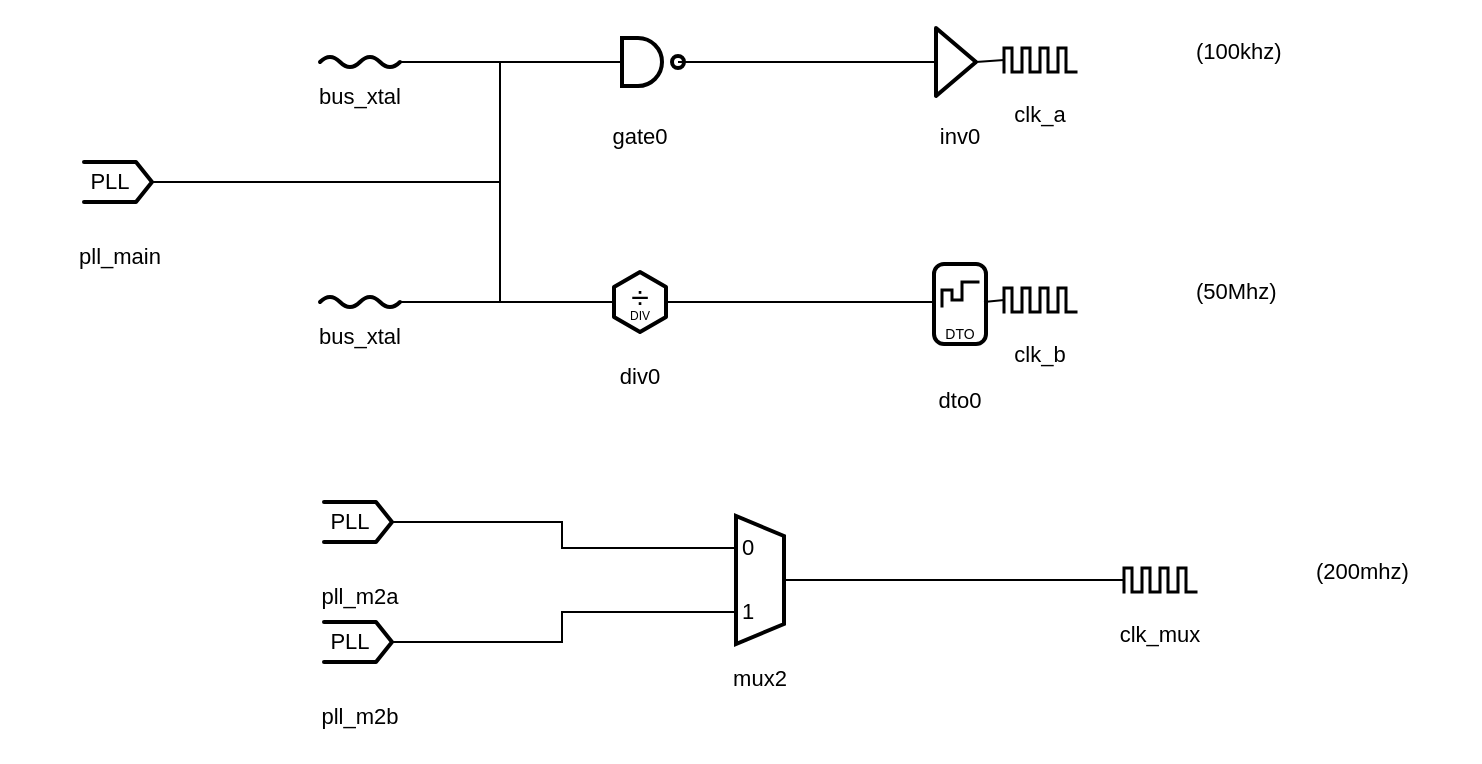
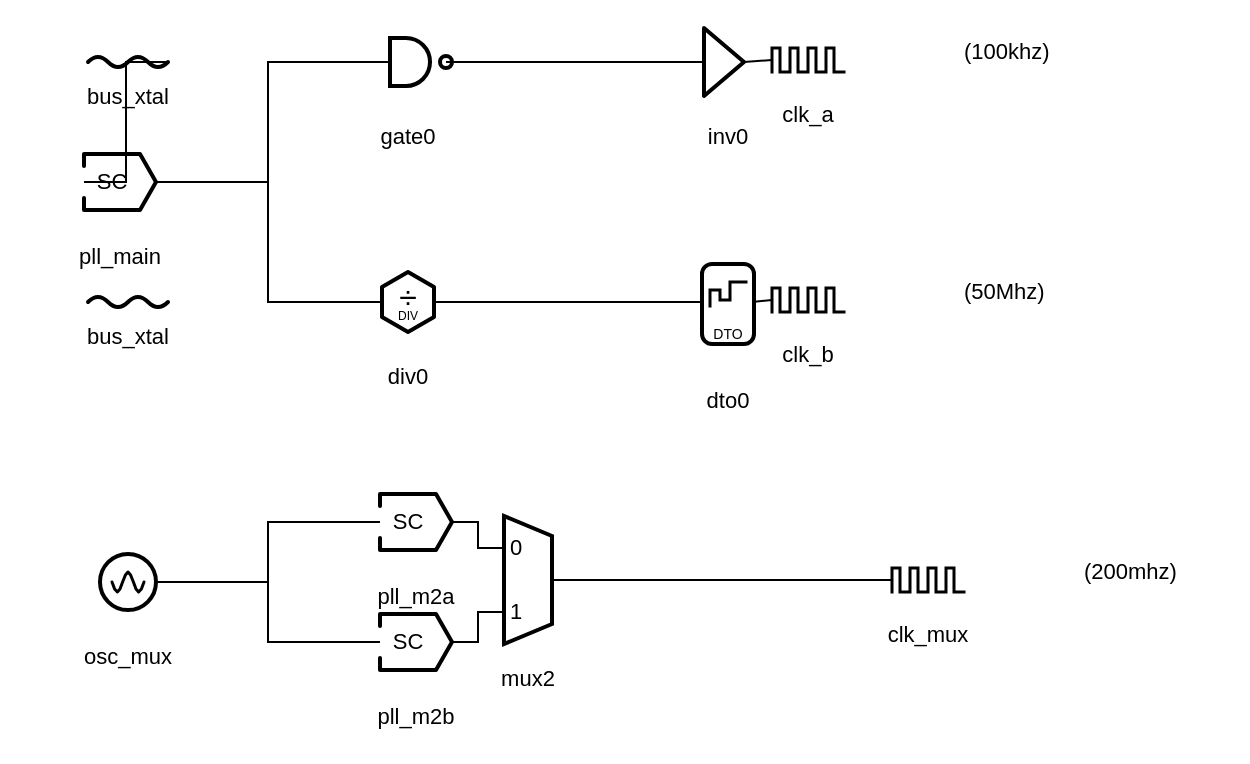
<mxfile>
  <diagram id="fig2" name="fig2"><mxGraphModel>
      <root>
        <mxCell id="0"/>
        <mxCell id="1" parent="0"/>
        <object name="bus_xtal" label="&lt;div style=&quot;position:relative;box-sizing:border-box;margin:0;padding:0;display:block;width:100%;height:100%;overflow:visible;white-space:nowrap;font-family:Helvetica,Arial,sans-serif;&quot;&gt;&lt;div style=&quot;position:absolute;left:0;top:0;width:100%;height:100%;&quot;&gt;&lt;svg xmlns=&quot;http://www.w3.org/2000/svg&quot; width=&quot;100%&quot; height=&quot;100%&quot; viewBox=&quot;0 0 120 40&quot; preserveAspectRatio=&quot;none&quot; style=&quot;display:block;overflow:visible;&quot;&gt;&lt;path d=&quot;M 40 14 Q 45 9 50 14 T 60 14 T 70 14 T 80 14&quot; fill=&quot;none&quot; stroke=&quot;#000000&quot; stroke-width=&quot;2&quot; stroke-linecap=&quot;round&quot; stroke-linejoin=&quot;round&quot;/&gt;&lt;/svg&gt;&lt;/div&gt;&lt;div style=&quot;position:absolute;left:50%;top:55.00000000000001%;transform:translateX(-50%);text-align:center;font-size:11px;line-height:1;white-space:nowrap;padding-top:4px;&quot;&gt;bus_xtal&lt;/div&gt;&lt;/div&gt;" placeholders="0" id="10">
          <mxCell style="rounded=0;whiteSpace=nowrap;html=1;metaEdit=1;placeholders=1;overflow=fill;autosize=0;fillColor=none;strokeColor=none;spacingTop=0;spacingBottom=0;spacingLeft=0;spacingRight=0;align=left;verticalAlign=top;drawclockType=wire;points=[[0.3333,0.3500,0,0,0],[0.6667,0.3500,0,0,0]];" vertex="1" parent="1">
            <mxGeometry x="40" y="66" width="120" height="40" as="geometry"/>
          </mxCell>
        </object>
        <object name="bus_xtal" label="&lt;div style=&quot;position:relative;box-sizing:border-box;margin:0;padding:0;display:block;width:100%;height:100%;overflow:visible;white-space:nowrap;font-family:Helvetica,Arial,sans-serif;&quot;&gt;&lt;div style=&quot;position:absolute;left:0;top:0;width:100%;height:100%;&quot;&gt;&lt;svg xmlns=&quot;http://www.w3.org/2000/svg&quot; width=&quot;100%&quot; height=&quot;100%&quot; viewBox=&quot;0 0 120 40&quot; preserveAspectRatio=&quot;none&quot; style=&quot;display:block;overflow:visible;&quot;&gt;&lt;path d=&quot;M 40 14 Q 45 9 50 14 T 60 14 T 70 14 T 80 14&quot; fill=&quot;none&quot; stroke=&quot;#000000&quot; stroke-width=&quot;2&quot; stroke-linecap=&quot;round&quot; stroke-linejoin=&quot;round&quot;/&gt;&lt;/svg&gt;&lt;/div&gt;&lt;div style=&quot;position:absolute;left:50%;top:55.00000000000001%;transform:translateX(-50%);text-align:center;font-size:11px;line-height:1;white-space:nowrap;padding-top:4px;&quot;&gt;bus_xtal&lt;/div&gt;&lt;/div&gt;" placeholders="0" id="11">
          <mxCell style="rounded=0;whiteSpace=nowrap;html=1;metaEdit=1;placeholders=1;overflow=fill;autosize=0;fillColor=none;strokeColor=none;spacingTop=0;spacingBottom=0;spacingLeft=0;spacingRight=0;align=left;verticalAlign=top;drawclockType=wire;points=[[0.3333,0.3500,0,0,0],[0.6667,0.3500,0,0,0]];" vertex="1" parent="1">
            <mxGeometry x="40" y="186" width="120" height="40" as="geometry"/>
          </mxCell>
        </object>
        <object name="gate0" label="&lt;div style=&quot;position:relative;box-sizing:border-box;margin:0;padding:0;display:block;width:100%;height:100%;overflow:visible;white-space:nowrap;font-family:Helvetica,Arial,sans-serif;&quot;&gt;&lt;div style=&quot;position:absolute;left:0;top:0;width:100%;height:100%;&quot;&gt;&lt;svg xmlns=&quot;http://www.w3.org/2000/svg&quot; width=&quot;100%&quot; height=&quot;100%&quot; viewBox=&quot;0 0 120 90&quot; preserveAspectRatio=&quot;none&quot; style=&quot;display:block;overflow:visible;&quot;&gt;&lt;path d=&quot;M 51 18 L 59 18 A 12 12 0 1 1 59 42 L 51 42 Z&quot; fill=&quot;none&quot; stroke=&quot;#000000&quot; stroke-width=&quot;2&quot; stroke-linejoin=&quot;miter&quot;/&gt;&lt;circle cx=&quot;79&quot; cy=&quot;30&quot; r=&quot;3&quot; fill=&quot;#ffffff&quot; stroke=&quot;#000000&quot; stroke-width=&quot;2&quot;/&gt;&lt;/svg&gt;&lt;/div&gt;&lt;div style=&quot;position:absolute;left:50%;top:64.44444444444444%;transform:translateX(-50%);text-align:center;font-size:11px;line-height:1;white-space:nowrap;padding-top:4px;&quot;&gt;gate0&lt;/div&gt;&lt;/div&gt;" placeholders="0" id="12">
          <mxCell style="rounded=0;whiteSpace=nowrap;html=1;metaEdit=1;placeholders=1;overflow=fill;autosize=0;fillColor=none;strokeColor=none;spacingTop=0;spacingBottom=0;spacingLeft=0;spacingRight=0;align=left;verticalAlign=top;drawclockType=gate;points=[[0.4250,0.3333,0,0,0],[0.6583,0.3333,0,0,0]];" vertex="1" parent="1">
            <mxGeometry x="180" y="50" width="120" height="90" as="geometry"/>
          </mxCell>
        </object>
        <object name="div0" label="&lt;div style=&quot;position:relative;box-sizing:border-box;margin:0;padding:0;display:block;width:100%;height:100%;overflow:visible;white-space:nowrap;font-family:Helvetica,Arial,sans-serif;&quot;&gt;&lt;div style=&quot;position:absolute;left:0;top:0;width:100%;height:100%;&quot;&gt;&lt;svg xmlns=&quot;http://www.w3.org/2000/svg&quot; width=&quot;100%&quot; height=&quot;100%&quot; viewBox=&quot;0 0 120 90&quot; preserveAspectRatio=&quot;none&quot; style=&quot;display:block;overflow:visible;&quot;&gt;&lt;polygon points=&quot;73.0,37.5 60.0,45.0 47.0,37.5 47.0,22.5 60.0,15.0 73.0,22.5&quot; fill=&quot;none&quot; stroke=&quot;#000000&quot; stroke-width=&quot;2&quot; stroke-linejoin=&quot;round&quot;/&gt;&lt;/svg&gt;&lt;span style=&quot;position:absolute;left:50.0%;top:31.11111111111111%;font-size:16px;line-height:1;white-space:nowrap;transform:translate(-50%,-50%);&quot;&gt;÷&lt;/span&gt;&lt;span style=&quot;position:absolute;left:50.0%;top:41.11111111111111%;font-size:6px;line-height:1;white-space:nowrap;transform:translate(-50%,-50%);&quot;&gt;DIV&lt;/span&gt;&lt;/div&gt;&lt;div style=&quot;position:absolute;left:50%;top:64.44444444444444%;transform:translateX(-50%);text-align:center;font-size:11px;line-height:1;white-space:nowrap;padding-top:4px;&quot;&gt;div0&lt;/div&gt;&lt;/div&gt;" placeholders="0" id="13">
          <mxCell style="rounded=0;whiteSpace=nowrap;html=1;metaEdit=1;placeholders=1;overflow=fill;autosize=0;fillColor=none;strokeColor=none;spacingTop=0;spacingBottom=0;spacingLeft=0;spacingRight=0;align=left;verticalAlign=top;drawclockType=div;points=[[0.4000,0.3333,0,0,0],[0.6000,0.3333,0,0,0]];" vertex="1" parent="1">
            <mxGeometry x="180" y="170" width="120" height="90" as="geometry"/>
          </mxCell>
        </object>
-         <object name="pll_main" label="&lt;div style=&quot;position:relative;box-sizing:border-box;margin:0;padding:0;display:block;width:100%;height:100%;overflow:visible;white-space:nowrap;font-family:Helvetica,Arial,sans-serif;&quot;&gt;&lt;div style=&quot;position:absolute;left:0;top:0;width:100%;height:100%;&quot;&gt;&lt;svg xmlns=&quot;http://www.w3.org/2000/svg&quot; width=&quot;100%&quot; height=&quot;100%&quot; viewBox=&quot;0 0 120 90&quot; preserveAspectRatio=&quot;none&quot; style=&quot;display:block;overflow:visible;&quot;&gt;&lt;path d=&quot;M 42 20 L 68 20 L 76 30 L 68 40 L 42 40&quot; fill=&quot;none&quot; stroke=&quot;#000000&quot; stroke-width=&quot;2&quot; stroke-linejoin=&quot;round&quot; stroke-linecap=&quot;round&quot;/&gt;&lt;/svg&gt;&lt;span style=&quot;position:absolute;left:45.83333333333333%;top:33.33333333333333%;font-size:11px;line-height:1;white-space:nowrap;transform:translate(-50%,-50%);&quot;&gt;PLL&lt;/span&gt;&lt;/div&gt;&lt;div style=&quot;position:absolute;left:50%;top:64.44444444444444%;transform:translateX(-50%);text-align:center;font-size:11px;line-height:1;white-space:nowrap;padding-top:4px;&quot;&gt;pll_main&lt;/div&gt;&lt;/div&gt;" placeholders="0" id="14">
-           <mxCell style="rounded=0;whiteSpace=nowrap;html=1;metaEdit=1;placeholders=1;overflow=fill;autosize=0;fillColor=none;strokeColor=none;spacingTop=0;spacingBottom=0;spacingLeft=0;spacingRight=0;align=left;verticalAlign=top;drawclockType=pll;points=[[0.6333,0.3333,0,0,0]];" vertex="1" parent="1">
-             <mxGeometry x="-80" y="110" width="120" height="90" as="geometry"/>
+         <object name="pll_main" label="&lt;div style=&quot;position:relative;box-sizing:border-box;margin:0;padding:0;display:block;width:100%;height:100%;overflow:visible;white-space:nowrap;font-family:Helvetica,Arial,sans-serif;&quot;&gt;&lt;div style=&quot;position:absolute;left:0;top:0;width:100%;height:100%;&quot;&gt;&lt;svg xmlns=&quot;http://www.w3.org/2000/svg&quot; width=&quot;100%&quot; height=&quot;100%&quot; viewBox=&quot;0 0 120 90&quot; preserveAspectRatio=&quot;none&quot; style=&quot;display:block;overflow:visible;&quot;&gt;&lt;path d=&quot;M 42 16 L 70 16 L 78 30 L 70 44 L 42 44 L 42 38 M 42 22 L 42 16&quot; fill=&quot;none&quot; stroke=&quot;#000000&quot; stroke-width=&quot;2&quot; stroke-linejoin=&quot;round&quot; stroke-linecap=&quot;round&quot;/&gt;&lt;/svg&gt;&lt;span style=&quot;position:absolute;left:46.666666666666664%;top:33.33333333333333%;font-size:11px;line-height:1;white-space:nowrap;transform:translate(-50%,-50%);&quot;&gt;SC&lt;/span&gt;&lt;/div&gt;&lt;div style=&quot;position:absolute;left:50%;top:64.44444444444444%;transform:translateX(-50%);text-align:center;font-size:11px;line-height:1;white-space:nowrap;padding-top:4px;&quot;&gt;pll_main&lt;/div&gt;&lt;/div&gt;" placeholders="0" id="14">
+           <mxCell style="rounded=0;whiteSpace=nowrap;html=1;metaEdit=1;placeholders=1;overflow=fill;autosize=0;fillColor=none;strokeColor=none;spacingTop=0;spacingBottom=0;spacingLeft=0;spacingRight=0;align=left;verticalAlign=top;drawclockType=pll;points=[[0.3500,0.3333,0,0,0],[0.6500,0.3333,0,0,0]];" vertex="1" parent="1">
+             <mxGeometry x="36" y="110" width="120" height="90" as="geometry"/>
          </mxCell>
        </object>
        <object name="inv0" label="&lt;div style=&quot;position:relative;box-sizing:border-box;margin:0;padding:0;display:block;width:100%;height:100%;overflow:visible;white-space:nowrap;font-family:Helvetica,Arial,sans-serif;&quot;&gt;&lt;div style=&quot;position:absolute;left:0;top:0;width:100%;height:100%;&quot;&gt;&lt;svg xmlns=&quot;http://www.w3.org/2000/svg&quot; width=&quot;100%&quot; height=&quot;100%&quot; viewBox=&quot;0 0 120 90&quot; preserveAspectRatio=&quot;none&quot; style=&quot;display:block;overflow:visible;&quot;&gt;&lt;polygon points=&quot;48,30 48,13 68,30 48,47&quot; fill=&quot;none&quot; stroke=&quot;#000000&quot; stroke-width=&quot;2&quot; stroke-linejoin=&quot;round&quot;/&gt;&lt;/svg&gt;&lt;/div&gt;&lt;div style=&quot;position:absolute;left:50%;top:64.44444444444444%;transform:translateX(-50%);text-align:center;font-size:11px;line-height:1;white-space:nowrap;padding-top:4px;&quot;&gt;inv0&lt;/div&gt;&lt;/div&gt;" placeholders="0" id="15">
          <mxCell style="rounded=0;whiteSpace=nowrap;html=1;metaEdit=1;placeholders=1;overflow=fill;autosize=0;fillColor=none;strokeColor=none;spacingTop=0;spacingBottom=0;spacingLeft=0;spacingRight=0;align=left;verticalAlign=top;drawclockType=inv;points=[[0.4000,0.3333,0,0,0],[0.5667,0.3333,0,0,0]];" vertex="1" parent="1">
            <mxGeometry x="340" y="50" width="120" height="90" as="geometry"/>
          </mxCell>
        </object>
        <object name="dto0" label="&lt;div style=&quot;position:relative;box-sizing:border-box;margin:0;padding:0;display:block;width:100%;height:100%;overflow:visible;white-space:nowrap;font-family:Helvetica,Arial,sans-serif;&quot;&gt;&lt;div style=&quot;position:absolute;left:0;top:0;width:100%;height:100%;&quot;&gt;&lt;svg xmlns=&quot;http://www.w3.org/2000/svg&quot; width=&quot;100%&quot; height=&quot;100%&quot; viewBox=&quot;0 0 120 90&quot; preserveAspectRatio=&quot;none&quot; style=&quot;display:block;overflow:visible;&quot;&gt;&lt;rect x=&quot;47&quot; y=&quot;11&quot; width=&quot;26&quot; height=&quot;40&quot; rx=&quot;5&quot; ry=&quot;5&quot; fill=&quot;none&quot; stroke=&quot;#000000&quot; stroke-width=&quot;2&quot;/&gt;&lt;path d=&quot;M 51 32 L 51 24 L 56 24 L 56 29 L 61 29 L 61 20 L 69 20&quot; fill=&quot;none&quot; stroke=&quot;#000000&quot; stroke-width=&quot;1.5&quot; stroke-linecap=&quot;square&quot;/&gt;&lt;/svg&gt;&lt;span style=&quot;position:absolute;left:50.0%;top:51.11111111111111%;font-size:7px;line-height:1;white-space:nowrap;transform:translate(-50%,-50%);&quot;&gt;DTO&lt;/span&gt;&lt;/div&gt;&lt;div style=&quot;position:absolute;left:50%;top:64.44444444444444%;transform:translateX(-50%);text-align:center;font-size:11px;line-height:1;white-space:nowrap;padding-top:16px;&quot;&gt;dto0&lt;/div&gt;&lt;/div&gt;" placeholders="0" id="16">
          <mxCell style="rounded=0;whiteSpace=nowrap;html=1;metaEdit=1;placeholders=1;overflow=fill;autosize=0;fillColor=none;strokeColor=none;spacingTop=0;spacingBottom=0;spacingLeft=0;spacingRight=0;align=left;verticalAlign=top;drawclockType=dto;points=[[0.4000,0.3333,0,0,0],[0.6000,0.3333,0,0,0]];" vertex="1" parent="1">
            <mxGeometry x="340" y="170" width="120" height="90" as="geometry"/>
          </mxCell>
        </object>
        <object name="clk_a" label="&lt;div style=&quot;position:relative;box-sizing:border-box;margin:0;padding:0;display:block;width:100%;height:100%;overflow:visible;white-space:nowrap;font-family:Helvetica,Arial,sans-serif;&quot;&gt;&lt;div style=&quot;position:absolute;left:0;top:0;width:100%;height:100%;&quot;&gt;&lt;svg xmlns=&quot;http://www.w3.org/2000/svg&quot; width=&quot;100%&quot; height=&quot;100%&quot; viewBox=&quot;0 0 260 72&quot; preserveAspectRatio=&quot;none&quot; style=&quot;display:block;overflow:visible;&quot;&gt;&lt;path d=&quot;M 82 36 L 82 24 L 86 24 L 86 36 L 91 36 L 91 24 L 95 24 L 95 36 L 100 36 L 100 24 L 104 24 L 104 36 L 109 36 L 109 24 L 113 24 L 113 36 L 118 36&quot; fill=&quot;none&quot; stroke=&quot;#000000&quot; stroke-width=&quot;1.5&quot; stroke-linecap=&quot;square&quot; stroke-linejoin=&quot;miter&quot;/&gt;&lt;/svg&gt;&lt;/div&gt;&lt;div style=&quot;position:absolute;left:45.38461538461539%;top:36.11111111111111%;display:flex;align-items:center;white-space:nowrap;transform:translateY(-50%);&quot;&gt;&lt;div style=&quot;flex:0 0 auto;width:60px;&quot;&gt;&lt;/div&gt;&lt;span style=&quot;flex:0 0 auto;font-size:11px;line-height:1;white-space:nowrap;&quot;&gt;(100khz)&lt;/span&gt;&lt;/div&gt;&lt;div style=&quot;position:absolute;left:38.46153846153847%;top:50.0%;transform:translateX(-50%);text-align:center;font-size:11px;line-height:1;white-space:nowrap;padding-top:16px;&quot;&gt;clk_a&lt;/div&gt;&lt;/div&gt;" placeholders="0" id="17" freq="100k">
          <mxCell style="rounded=0;whiteSpace=nowrap;html=1;metaEdit=1;placeholders=1;overflow=fill;autosize=0;fillColor=none;strokeColor=none;spacingTop=0;spacingBottom=0;spacingLeft=0;spacingRight=0;align=left;verticalAlign=top;drawclockType=clock;points=[[0.3154,0.4167,0,0,0]];" vertex="1" parent="1">
            <mxGeometry x="340" y="49" width="260" height="72" as="geometry"/>
          </mxCell>
        </object>
        <object name="clk_b" label="&lt;div style=&quot;position:relative;box-sizing:border-box;margin:0;padding:0;display:block;width:100%;height:100%;overflow:visible;white-space:nowrap;font-family:Helvetica,Arial,sans-serif;&quot;&gt;&lt;div style=&quot;position:absolute;left:0;top:0;width:100%;height:100%;&quot;&gt;&lt;svg xmlns=&quot;http://www.w3.org/2000/svg&quot; width=&quot;100%&quot; height=&quot;100%&quot; viewBox=&quot;0 0 260 72&quot; preserveAspectRatio=&quot;none&quot; style=&quot;display:block;overflow:visible;&quot;&gt;&lt;path d=&quot;M 82 36 L 82 24 L 86 24 L 86 36 L 91 36 L 91 24 L 95 24 L 95 36 L 100 36 L 100 24 L 104 24 L 104 36 L 109 36 L 109 24 L 113 24 L 113 36 L 118 36&quot; fill=&quot;none&quot; stroke=&quot;#000000&quot; stroke-width=&quot;1.5&quot; stroke-linecap=&quot;square&quot; stroke-linejoin=&quot;miter&quot;/&gt;&lt;/svg&gt;&lt;/div&gt;&lt;div style=&quot;position:absolute;left:45.38461538461539%;top:36.11111111111111%;display:flex;align-items:center;white-space:nowrap;transform:translateY(-50%);&quot;&gt;&lt;div style=&quot;flex:0 0 auto;width:60px;&quot;&gt;&lt;/div&gt;&lt;span style=&quot;flex:0 0 auto;font-size:11px;line-height:1;white-space:nowrap;&quot;&gt;(50Mhz)&lt;/span&gt;&lt;/div&gt;&lt;div style=&quot;position:absolute;left:38.46153846153847%;top:50.0%;transform:translateX(-50%);text-align:center;font-size:11px;line-height:1;white-space:nowrap;padding-top:16px;&quot;&gt;clk_b&lt;/div&gt;&lt;/div&gt;" placeholders="0" id="18" freq="50M">
          <mxCell style="rounded=0;whiteSpace=nowrap;html=1;metaEdit=1;placeholders=1;overflow=fill;autosize=0;fillColor=none;strokeColor=none;spacingTop=0;spacingBottom=0;spacingLeft=0;spacingRight=0;align=left;verticalAlign=top;drawclockType=clock;points=[[0.3154,0.4167,0,0,0]];" vertex="1" parent="1">
            <mxGeometry x="340" y="169" width="260" height="72" as="geometry"/>
          </mxCell>
        </object>
        <object name="mux2" label="&lt;div style=&quot;position:relative;box-sizing:border-box;margin:0;padding:0;display:block;width:100%;height:100%;overflow:visible;white-space:nowrap;font-family:Helvetica,Arial,sans-serif;&quot;&gt;&lt;div style=&quot;position:absolute;left:0;top:0;width:100%;height:100%;&quot;&gt;&lt;svg xmlns=&quot;http://www.w3.org/2000/svg&quot; width=&quot;100%&quot; height=&quot;100%&quot; viewBox=&quot;0 0 120 106&quot; preserveAspectRatio=&quot;none&quot; style=&quot;display:block;overflow:visible;&quot;&gt;&lt;polygon points=&quot;48,6 48,70 72,60 72,16&quot; fill=&quot;none&quot; stroke=&quot;#000000&quot; stroke-width=&quot;2&quot;/&gt;&lt;/svg&gt;&lt;span style=&quot;position:absolute;left:45.0%;top:20.754716981132077%;font-size:11px;line-height:1;white-space:nowrap;transform:translate(-50%,-50%);&quot;&gt;0&lt;/span&gt;&lt;span style=&quot;position:absolute;left:45.0%;top:50.943396226415096%;font-size:11px;line-height:1;white-space:nowrap;transform:translate(-50%,-50%);&quot;&gt;1&lt;/span&gt;&lt;/div&gt;&lt;div style=&quot;position:absolute;left:50%;top:73.58490566037736%;transform:translateX(-50%);text-align:center;font-size:11px;line-height:1;white-space:nowrap;padding-top:4px;&quot;&gt;mux2&lt;/div&gt;&lt;/div&gt;" placeholders="0" id="19" in0_label="0" in1_label="1">
          <mxCell style="rounded=0;whiteSpace=nowrap;html=1;metaEdit=1;placeholders=1;overflow=fill;autosize=0;fillColor=none;strokeColor=none;spacingTop=0;spacingBottom=0;spacingLeft=0;spacingRight=0;align=left;verticalAlign=top;drawclockType=mux2;points=[[0.4000,0.2075,0,0,0],[0.4000,0.5094,0,0,0],[0.6000,0.3585,0,0,0]];" vertex="1" parent="1">
            <mxGeometry x="240" y="301" width="120" height="106" as="geometry"/>
          </mxCell>
        </object>
-         <object name="pll_m2a" label="&lt;div style=&quot;position:relative;box-sizing:border-box;margin:0;padding:0;display:block;width:100%;height:100%;overflow:visible;white-space:nowrap;font-family:Helvetica,Arial,sans-serif;&quot;&gt;&lt;div style=&quot;position:absolute;left:0;top:0;width:100%;height:100%;&quot;&gt;&lt;svg xmlns=&quot;http://www.w3.org/2000/svg&quot; width=&quot;100%&quot; height=&quot;100%&quot; viewBox=&quot;0 0 120 90&quot; preserveAspectRatio=&quot;none&quot; style=&quot;display:block;overflow:visible;&quot;&gt;&lt;path d=&quot;M 42 20 L 68 20 L 76 30 L 68 40 L 42 40&quot; fill=&quot;none&quot; stroke=&quot;#000000&quot; stroke-width=&quot;2&quot; stroke-linejoin=&quot;round&quot; stroke-linecap=&quot;round&quot;/&gt;&lt;/svg&gt;&lt;span style=&quot;position:absolute;left:45.83333333333333%;top:33.33333333333333%;font-size:11px;line-height:1;white-space:nowrap;transform:translate(-50%,-50%);&quot;&gt;PLL&lt;/span&gt;&lt;/div&gt;&lt;div style=&quot;position:absolute;left:50%;top:64.44444444444444%;transform:translateX(-50%);text-align:center;font-size:11px;line-height:1;white-space:nowrap;padding-top:4px;&quot;&gt;pll_m2a&lt;/div&gt;&lt;/div&gt;" placeholders="0" id="20">
-           <mxCell style="rounded=0;whiteSpace=nowrap;html=1;metaEdit=1;placeholders=1;overflow=fill;autosize=0;fillColor=none;strokeColor=none;spacingTop=0;spacingBottom=0;spacingLeft=0;spacingRight=0;align=left;verticalAlign=top;drawclockType=pll;points=[[0.6333,0.3333,0,0,0]];" vertex="1" parent="1">
-             <mxGeometry x="40" y="280" width="120" height="90" as="geometry"/>
+         <object name="osc_mux" label="&lt;div style=&quot;position:relative;box-sizing:border-box;margin:0;padding:0;display:block;width:100%;height:100%;overflow:visible;white-space:nowrap;font-family:Helvetica,Arial,sans-serif;&quot;&gt;&lt;div style=&quot;position:absolute;left:0;top:0;width:100%;height:100%;&quot;&gt;&lt;svg xmlns=&quot;http://www.w3.org/2000/svg&quot; width=&quot;100%&quot; height=&quot;100%&quot; viewBox=&quot;0 0 120 90&quot; preserveAspectRatio=&quot;none&quot; style=&quot;display:block;overflow:visible;&quot;&gt;&lt;circle cx=&quot;60.0&quot; cy=&quot;30&quot; r=&quot;14&quot; fill=&quot;none&quot; stroke=&quot;#000000&quot; stroke-width=&quot;2&quot;/&gt;&lt;path d=&quot;M 52.0 30.0 L 53.3 33.5 L 54.7 35.0 L 56.0 33.5 L 57.3 30.0 L 58.7 26.5 L 60.0 25.0 L 61.3 26.5 L 62.7 30.0 L 64.0 33.5 L 65.3 35.0 L 66.7 33.5 L 68.0 30.0&quot; fill=&quot;none&quot; stroke=&quot;#000000&quot; stroke-width=&quot;1.5&quot; stroke-linecap=&quot;round&quot; stroke-linejoin=&quot;round&quot;/&gt;&lt;/svg&gt;&lt;/div&gt;&lt;div style=&quot;position:absolute;left:50%;top:64.44444444444444%;transform:translateX(-50%);text-align:center;font-size:11px;line-height:1;white-space:nowrap;padding-top:4px;&quot;&gt;osc_mux&lt;/div&gt;&lt;/div&gt;" placeholders="0" id="20">
+           <mxCell style="rounded=0;whiteSpace=nowrap;html=1;metaEdit=1;placeholders=1;overflow=fill;autosize=0;fillColor=none;strokeColor=none;spacingTop=0;spacingBottom=0;spacingLeft=0;spacingRight=0;align=left;verticalAlign=top;drawclockType=source;points=[[0.6167,0.3333,0,0,0]];" vertex="1" parent="1">
+             <mxGeometry x="40" y="310" width="120" height="90" as="geometry"/>
          </mxCell>
        </object>
-         <object name="pll_m2b" label="&lt;div style=&quot;position:relative;box-sizing:border-box;margin:0;padding:0;display:block;width:100%;height:100%;overflow:visible;white-space:nowrap;font-family:Helvetica,Arial,sans-serif;&quot;&gt;&lt;div style=&quot;position:absolute;left:0;top:0;width:100%;height:100%;&quot;&gt;&lt;svg xmlns=&quot;http://www.w3.org/2000/svg&quot; width=&quot;100%&quot; height=&quot;100%&quot; viewBox=&quot;0 0 120 90&quot; preserveAspectRatio=&quot;none&quot; style=&quot;display:block;overflow:visible;&quot;&gt;&lt;path d=&quot;M 42 20 L 68 20 L 76 30 L 68 40 L 42 40&quot; fill=&quot;none&quot; stroke=&quot;#000000&quot; stroke-width=&quot;2&quot; stroke-linejoin=&quot;round&quot; stroke-linecap=&quot;round&quot;/&gt;&lt;/svg&gt;&lt;span style=&quot;position:absolute;left:45.83333333333333%;top:33.33333333333333%;font-size:11px;line-height:1;white-space:nowrap;transform:translate(-50%,-50%);&quot;&gt;PLL&lt;/span&gt;&lt;/div&gt;&lt;div style=&quot;position:absolute;left:50%;top:64.44444444444444%;transform:translateX(-50%);text-align:center;font-size:11px;line-height:1;white-space:nowrap;padding-top:4px;&quot;&gt;pll_m2b&lt;/div&gt;&lt;/div&gt;" placeholders="0" id="21">
-           <mxCell style="rounded=0;whiteSpace=nowrap;html=1;metaEdit=1;placeholders=1;overflow=fill;autosize=0;fillColor=none;strokeColor=none;spacingTop=0;spacingBottom=0;spacingLeft=0;spacingRight=0;align=left;verticalAlign=top;drawclockType=pll;points=[[0.6333,0.3333,0,0,0]];" vertex="1" parent="1">
-             <mxGeometry x="40" y="340" width="120" height="90" as="geometry"/>
+         <object name="pll_m2a" label="&lt;div style=&quot;position:relative;box-sizing:border-box;margin:0;padding:0;display:block;width:100%;height:100%;overflow:visible;white-space:nowrap;font-family:Helvetica,Arial,sans-serif;&quot;&gt;&lt;div style=&quot;position:absolute;left:0;top:0;width:100%;height:100%;&quot;&gt;&lt;svg xmlns=&quot;http://www.w3.org/2000/svg&quot; width=&quot;100%&quot; height=&quot;100%&quot; viewBox=&quot;0 0 120 90&quot; preserveAspectRatio=&quot;none&quot; style=&quot;display:block;overflow:visible;&quot;&gt;&lt;path d=&quot;M 42 16 L 70 16 L 78 30 L 70 44 L 42 44 L 42 38 M 42 22 L 42 16&quot; fill=&quot;none&quot; stroke=&quot;#000000&quot; stroke-width=&quot;2&quot; stroke-linejoin=&quot;round&quot; stroke-linecap=&quot;round&quot;/&gt;&lt;/svg&gt;&lt;span style=&quot;position:absolute;left:46.666666666666664%;top:33.33333333333333%;font-size:11px;line-height:1;white-space:nowrap;transform:translate(-50%,-50%);&quot;&gt;SC&lt;/span&gt;&lt;/div&gt;&lt;div style=&quot;position:absolute;left:50%;top:64.44444444444444%;transform:translateX(-50%);text-align:center;font-size:11px;line-height:1;white-space:nowrap;padding-top:4px;&quot;&gt;pll_m2a&lt;/div&gt;&lt;/div&gt;" placeholders="0" id="21">
+           <mxCell style="rounded=0;whiteSpace=nowrap;html=1;metaEdit=1;placeholders=1;overflow=fill;autosize=0;fillColor=none;strokeColor=none;spacingTop=0;spacingBottom=0;spacingLeft=0;spacingRight=0;align=left;verticalAlign=top;drawclockType=pll;points=[[0.3500,0.3333,0,0,0],[0.6500,0.3333,0,0,0]];" vertex="1" parent="1">
+             <mxGeometry x="184" y="280" width="120" height="90" as="geometry"/>
          </mxCell>
        </object>
-         <object name="clk_mux" label="&lt;div style=&quot;position:relative;box-sizing:border-box;margin:0;padding:0;display:block;width:100%;height:100%;overflow:visible;white-space:nowrap;font-family:Helvetica,Arial,sans-serif;&quot;&gt;&lt;div style=&quot;position:absolute;left:0;top:0;width:100%;height:100%;&quot;&gt;&lt;svg xmlns=&quot;http://www.w3.org/2000/svg&quot; width=&quot;100%&quot; height=&quot;100%&quot; viewBox=&quot;0 0 260 72&quot; preserveAspectRatio=&quot;none&quot; style=&quot;display:block;overflow:visible;&quot;&gt;&lt;path d=&quot;M 82 36 L 82 24 L 86 24 L 86 36 L 91 36 L 91 24 L 95 24 L 95 36 L 100 36 L 100 24 L 104 24 L 104 36 L 109 36 L 109 24 L 113 24 L 113 36 L 118 36&quot; fill=&quot;none&quot; stroke=&quot;#000000&quot; stroke-width=&quot;1.5&quot; stroke-linecap=&quot;square&quot; stroke-linejoin=&quot;miter&quot;/&gt;&lt;/svg&gt;&lt;/div&gt;&lt;div style=&quot;position:absolute;left:45.38461538461539%;top:36.11111111111111%;display:flex;align-items:center;white-space:nowrap;transform:translateY(-50%);&quot;&gt;&lt;div style=&quot;flex:0 0 auto;width:60px;&quot;&gt;&lt;/div&gt;&lt;span style=&quot;flex:0 0 auto;font-size:11px;line-height:1;white-space:nowrap;&quot;&gt;(200mhz)&lt;/span&gt;&lt;/div&gt;&lt;div style=&quot;position:absolute;left:38.46153846153847%;top:50.0%;transform:translateX(-50%);text-align:center;font-size:11px;line-height:1;white-space:nowrap;padding-top:16px;&quot;&gt;clk_mux&lt;/div&gt;&lt;/div&gt;" placeholders="0" id="22" freq="200m">
+         <object name="pll_m2b" label="&lt;div style=&quot;position:relative;box-sizing:border-box;margin:0;padding:0;display:block;width:100%;height:100%;overflow:visible;white-space:nowrap;font-family:Helvetica,Arial,sans-serif;&quot;&gt;&lt;div style=&quot;position:absolute;left:0;top:0;width:100%;height:100%;&quot;&gt;&lt;svg xmlns=&quot;http://www.w3.org/2000/svg&quot; width=&quot;100%&quot; height=&quot;100%&quot; viewBox=&quot;0 0 120 90&quot; preserveAspectRatio=&quot;none&quot; style=&quot;display:block;overflow:visible;&quot;&gt;&lt;path d=&quot;M 42 16 L 70 16 L 78 30 L 70 44 L 42 44 L 42 38 M 42 22 L 42 16&quot; fill=&quot;none&quot; stroke=&quot;#000000&quot; stroke-width=&quot;2&quot; stroke-linejoin=&quot;round&quot; stroke-linecap=&quot;round&quot;/&gt;&lt;/svg&gt;&lt;span style=&quot;position:absolute;left:46.666666666666664%;top:33.33333333333333%;font-size:11px;line-height:1;white-space:nowrap;transform:translate(-50%,-50%);&quot;&gt;SC&lt;/span&gt;&lt;/div&gt;&lt;div style=&quot;position:absolute;left:50%;top:64.44444444444444%;transform:translateX(-50%);text-align:center;font-size:11px;line-height:1;white-space:nowrap;padding-top:4px;&quot;&gt;pll_m2b&lt;/div&gt;&lt;/div&gt;" placeholders="0" id="22">
+           <mxCell style="rounded=0;whiteSpace=nowrap;html=1;metaEdit=1;placeholders=1;overflow=fill;autosize=0;fillColor=none;strokeColor=none;spacingTop=0;spacingBottom=0;spacingLeft=0;spacingRight=0;align=left;verticalAlign=top;drawclockType=pll;points=[[0.3500,0.3333,0,0,0],[0.6500,0.3333,0,0,0]];" vertex="1" parent="1">
+             <mxGeometry x="184" y="340" width="120" height="90" as="geometry"/>
+           </mxCell>
+         </object>
+         <object name="clk_mux" label="&lt;div style=&quot;position:relative;box-sizing:border-box;margin:0;padding:0;display:block;width:100%;height:100%;overflow:visible;white-space:nowrap;font-family:Helvetica,Arial,sans-serif;&quot;&gt;&lt;div style=&quot;position:absolute;left:0;top:0;width:100%;height:100%;&quot;&gt;&lt;svg xmlns=&quot;http://www.w3.org/2000/svg&quot; width=&quot;100%&quot; height=&quot;100%&quot; viewBox=&quot;0 0 260 72&quot; preserveAspectRatio=&quot;none&quot; style=&quot;display:block;overflow:visible;&quot;&gt;&lt;path d=&quot;M 82 36 L 82 24 L 86 24 L 86 36 L 91 36 L 91 24 L 95 24 L 95 36 L 100 36 L 100 24 L 104 24 L 104 36 L 109 36 L 109 24 L 113 24 L 113 36 L 118 36&quot; fill=&quot;none&quot; stroke=&quot;#000000&quot; stroke-width=&quot;1.5&quot; stroke-linecap=&quot;square&quot; stroke-linejoin=&quot;miter&quot;/&gt;&lt;/svg&gt;&lt;/div&gt;&lt;div style=&quot;position:absolute;left:45.38461538461539%;top:36.11111111111111%;display:flex;align-items:center;white-space:nowrap;transform:translateY(-50%);&quot;&gt;&lt;div style=&quot;flex:0 0 auto;width:60px;&quot;&gt;&lt;/div&gt;&lt;span style=&quot;flex:0 0 auto;font-size:11px;line-height:1;white-space:nowrap;&quot;&gt;(200mhz)&lt;/span&gt;&lt;/div&gt;&lt;div style=&quot;position:absolute;left:38.46153846153847%;top:50.0%;transform:translateX(-50%);text-align:center;font-size:11px;line-height:1;white-space:nowrap;padding-top:16px;&quot;&gt;clk_mux&lt;/div&gt;&lt;/div&gt;" placeholders="0" id="23" freq="200m">
          <mxCell style="rounded=0;whiteSpace=nowrap;html=1;metaEdit=1;placeholders=1;overflow=fill;autosize=0;fillColor=none;strokeColor=none;spacingTop=0;spacingBottom=0;spacingLeft=0;spacingRight=0;align=left;verticalAlign=top;drawclockType=clock;points=[[0.3154,0.4167,0,0,0]];" vertex="1" parent="1">
            <mxGeometry x="400" y="309" width="260" height="72" as="geometry"/>
          </mxCell>
        </object>
-         <mxCell id="23" style="edgeStyle=none;rounded=0;html=1;endArrow=none;startArrow=none;strokeColor=#000000;exitDx=0;exitDy=0;entryDx=0;entryDy=0;exitPerimeter=0;entryPerimeter=0;exitX=0.6667;exitY=0.35;entryX=0.425;entryY=0.3333;" edge="1" parent="1" source="10" target="12">
-           <mxGeometry relative="1" as="geometry"/>
+         <mxCell id="24" style="edgeStyle=none;rounded=0;html=1;endArrow=none;startArrow=none;strokeColor=#000000;exitDx=0;exitDy=0;entryDx=0;entryDy=0;exitPerimeter=0;entryPerimeter=0;exitX=0.6667;exitY=0.35;entryX=0.35;entryY=0.3333;" edge="1" parent="1" source="10" target="14">
+           <mxGeometry as="geometry"><Array as="points"><mxPoint x="99" y="80"/><mxPoint x="99" y="140"/></Array></mxGeometry>
        </mxCell>
-         <mxCell id="24" style="edgeStyle=none;rounded=0;html=1;endArrow=none;startArrow=none;strokeColor=#000000;exitDx=0;exitDy=0;entryDx=0;entryDy=0;exitPerimeter=0;entryPerimeter=0;exitX=0.6667;exitY=0.35;entryX=0.4;entryY=0.3333;" edge="1" parent="1" source="11" target="13">
-           <mxGeometry relative="1" as="geometry"/>
-         </mxCell>
-         <mxCell id="25" style="edgeStyle=none;rounded=0;html=1;endArrow=none;startArrow=none;strokeColor=#000000;exitDx=0;exitDy=0;entryDx=0;entryDy=0;exitPerimeter=0;entryPerimeter=0;exitX=0.6333;exitY=0.3333;entryX=0.425;entryY=0.3333;" edge="1" parent="1" source="14" target="12">
+         <mxCell id="25" style="edgeStyle=none;rounded=0;html=1;endArrow=none;startArrow=none;strokeColor=#000000;exitDx=0;exitDy=0;entryDx=0;entryDy=0;exitPerimeter=0;entryPerimeter=0;exitX=0.65;exitY=0.3333;entryX=0.425;entryY=0.3333;" edge="1" parent="1" source="14" target="12">
          <mxGeometry as="geometry"><Array as="points"><mxPoint x="170" y="140"/><mxPoint x="170" y="80"/></Array></mxGeometry>
        </mxCell>
-         <mxCell id="26" style="edgeStyle=none;rounded=0;html=1;endArrow=none;startArrow=none;strokeColor=#000000;exitDx=0;exitDy=0;entryDx=0;entryDy=0;exitPerimeter=0;entryPerimeter=0;exitX=0.6333;exitY=0.3333;entryX=0.4;entryY=0.3333;" edge="1" parent="1" source="14" target="13">
+         <mxCell id="26" style="edgeStyle=none;rounded=0;html=1;endArrow=none;startArrow=none;strokeColor=#000000;exitDx=0;exitDy=0;entryDx=0;entryDy=0;exitPerimeter=0;entryPerimeter=0;exitX=0.65;exitY=0.3333;entryX=0.4;entryY=0.3333;" edge="1" parent="1" source="14" target="13">
          <mxGeometry as="geometry"><Array as="points"><mxPoint x="170" y="140"/><mxPoint x="170" y="200"/></Array></mxGeometry>
        </mxCell>
        <mxCell id="27" style="edgeStyle=none;rounded=0;html=1;endArrow=none;startArrow=none;strokeColor=#000000;exitDx=0;exitDy=0;entryDx=0;entryDy=0;exitPerimeter=0;entryPerimeter=0;exitX=0.6583;exitY=0.3333;entryX=0.4;entryY=0.3333;" edge="1" parent="1" source="12" target="15">
          <mxGeometry relative="1" as="geometry"/>
        </mxCell>
        <mxCell id="28" style="edgeStyle=none;rounded=0;html=1;endArrow=none;startArrow=none;strokeColor=#000000;exitDx=0;exitDy=0;entryDx=0;entryDy=0;exitPerimeter=0;entryPerimeter=0;exitX=0.6;exitY=0.3333;entryX=0.4;entryY=0.3333;" edge="1" parent="1" source="13" target="16">
          <mxGeometry relative="1" as="geometry"/>
        </mxCell>
        <mxCell id="29" style="edgeStyle=none;rounded=0;html=1;endArrow=none;startArrow=none;strokeColor=#000000;exitDx=0;exitDy=0;entryDx=0;entryDy=0;exitPerimeter=0;entryPerimeter=0;exitX=0.5667;exitY=0.3333;entryX=0.3154;entryY=0.4167;" edge="1" parent="1" source="15" target="17">
          <mxGeometry relative="1" as="geometry"/>
        </mxCell>
        <mxCell id="30" style="edgeStyle=none;rounded=0;html=1;endArrow=none;startArrow=none;strokeColor=#000000;exitDx=0;exitDy=0;entryDx=0;entryDy=0;exitPerimeter=0;entryPerimeter=0;exitX=0.6;exitY=0.3333;entryX=0.3154;entryY=0.4167;" edge="1" parent="1" source="16" target="18">
          <mxGeometry relative="1" as="geometry"/>
        </mxCell>
-         <mxCell id="31" style="edgeStyle=none;rounded=0;html=1;endArrow=none;startArrow=none;strokeColor=#000000;exitDx=0;exitDy=0;entryDx=0;entryDy=0;exitPerimeter=0;entryPerimeter=0;exitX=0.6333;exitY=0.3333;entryX=0.4;entryY=0.2075;" edge="1" parent="1" source="20" target="19">
-           <mxGeometry as="geometry"><Array as="points"><mxPoint x="201" y="310"/><mxPoint x="201" y="323"/></Array></mxGeometry>
+         <mxCell id="31" style="edgeStyle=none;rounded=0;html=1;endArrow=none;startArrow=none;strokeColor=#000000;exitDx=0;exitDy=0;entryDx=0;entryDy=0;exitPerimeter=0;entryPerimeter=0;exitX=0.6167;exitY=0.3333;entryX=0.35;entryY=0.3333;" edge="1" parent="1" source="20" target="21">
+           <mxGeometry as="geometry"><Array as="points"><mxPoint x="170" y="340"/><mxPoint x="170" y="310"/></Array></mxGeometry>
        </mxCell>
-         <mxCell id="32" style="edgeStyle=none;rounded=0;html=1;endArrow=none;startArrow=none;strokeColor=#000000;exitDx=0;exitDy=0;entryDx=0;entryDy=0;exitPerimeter=0;entryPerimeter=0;exitX=0.6333;exitY=0.3333;entryX=0.4;entryY=0.5094;" edge="1" parent="1" source="21" target="19">
-           <mxGeometry as="geometry"><Array as="points"><mxPoint x="201" y="370"/><mxPoint x="201" y="355"/></Array></mxGeometry>
+         <mxCell id="32" style="edgeStyle=none;rounded=0;html=1;endArrow=none;startArrow=none;strokeColor=#000000;exitDx=0;exitDy=0;entryDx=0;entryDy=0;exitPerimeter=0;entryPerimeter=0;exitX=0.6167;exitY=0.3333;entryX=0.35;entryY=0.3333;" edge="1" parent="1" source="20" target="22">
+           <mxGeometry as="geometry"><Array as="points"><mxPoint x="170" y="340"/><mxPoint x="170" y="370"/></Array></mxGeometry>
        </mxCell>
-         <mxCell id="33" style="edgeStyle=none;rounded=0;html=1;endArrow=none;startArrow=none;strokeColor=#000000;exitDx=0;exitDy=0;entryDx=0;entryDy=0;exitPerimeter=0;entryPerimeter=0;exitX=0.6;exitY=0.3585;entryX=0.3154;entryY=0.4167;" edge="1" parent="1" source="19" target="22">
+         <mxCell id="33" style="edgeStyle=none;rounded=0;html=1;endArrow=none;startArrow=none;strokeColor=#000000;exitDx=0;exitDy=0;entryDx=0;entryDy=0;exitPerimeter=0;entryPerimeter=0;exitX=0.65;exitY=0.3333;entryX=0.4;entryY=0.2075;" edge="1" parent="1" source="21" target="19">
+           <mxGeometry as="geometry"><Array as="points"><mxPoint x="275" y="310"/><mxPoint x="275" y="323"/></Array></mxGeometry>
+         </mxCell>
+         <mxCell id="34" style="edgeStyle=none;rounded=0;html=1;endArrow=none;startArrow=none;strokeColor=#000000;exitDx=0;exitDy=0;entryDx=0;entryDy=0;exitPerimeter=0;entryPerimeter=0;exitX=0.65;exitY=0.3333;entryX=0.4;entryY=0.5094;" edge="1" parent="1" source="22" target="19">
+           <mxGeometry as="geometry"><Array as="points"><mxPoint x="275" y="370"/><mxPoint x="275" y="355"/></Array></mxGeometry>
+         </mxCell>
+         <mxCell id="35" style="edgeStyle=none;rounded=0;html=1;endArrow=none;startArrow=none;strokeColor=#000000;exitDx=0;exitDy=0;entryDx=0;entryDy=0;exitPerimeter=0;entryPerimeter=0;exitX=0.6;exitY=0.3585;entryX=0.3154;entryY=0.4167;" edge="1" parent="1" source="19" target="23">
          <mxGeometry relative="1" as="geometry"/>
        </mxCell>
      </root>
    </mxGraphModel></diagram>
</mxfile>
